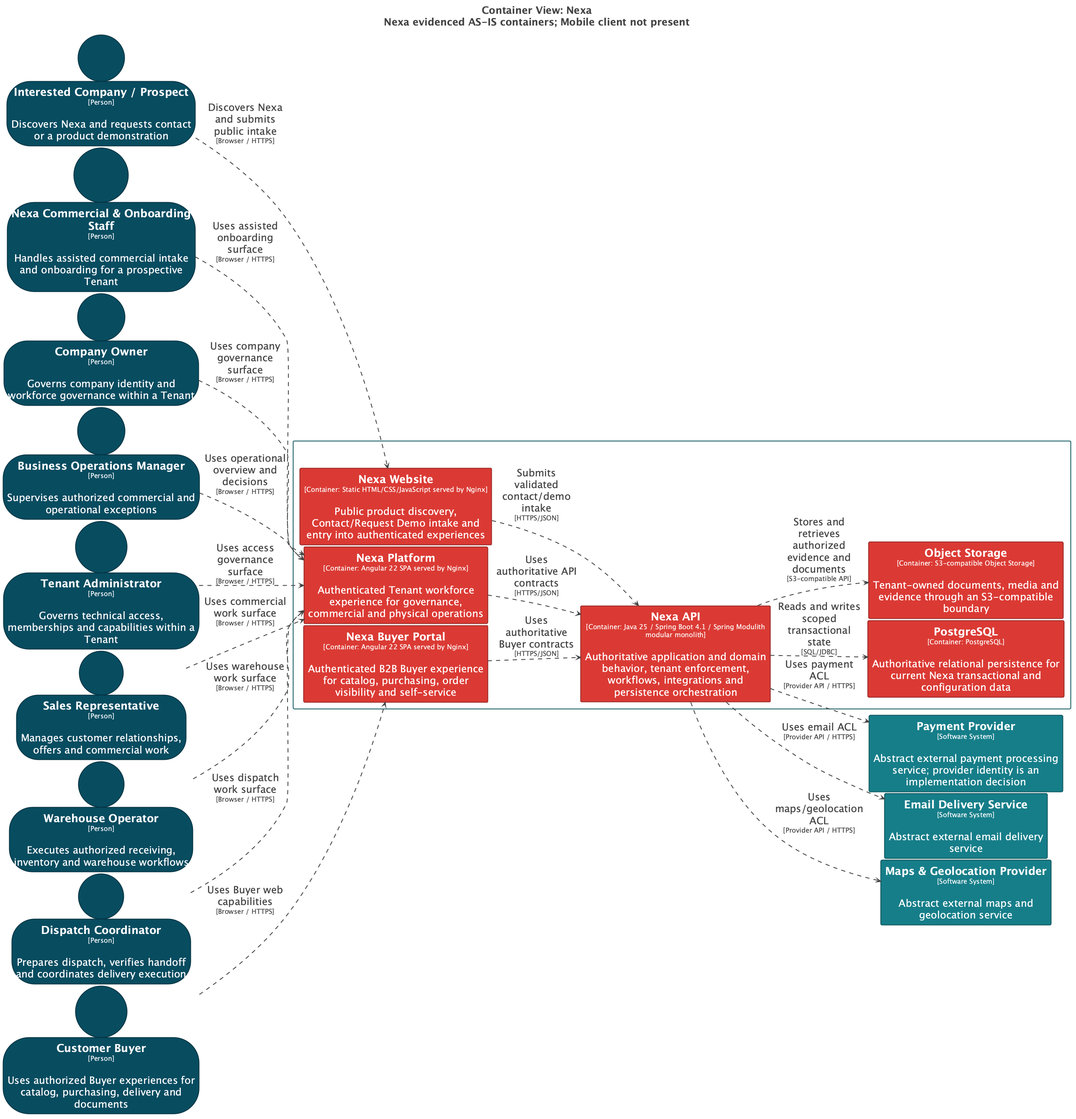
Earlier version of the PlantUML export 01-shared/architecture/c4/exports/l2/Nexa-Containers-ASIS.png (nexa-suite/blueprint).
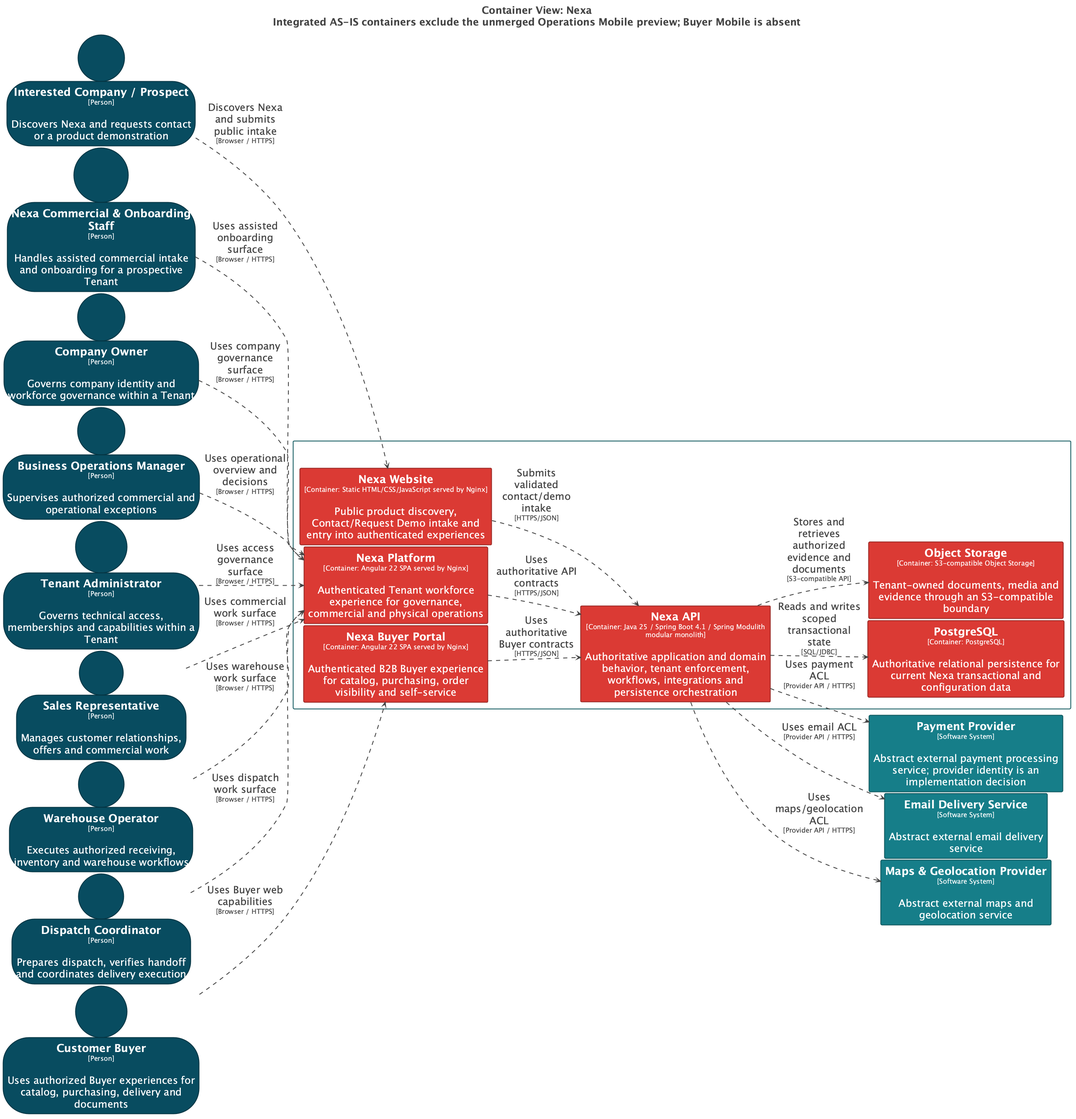
After the commit.

Change to the diagram source:
```diff
@@ -1,5 +1,5 @@
 @startuml
-title <size:24>Container View: Nexa</size>\n<size:24>Nexa evidenced AS-IS containers; Mobile client not present</size>
+title <size:24>Container View: Nexa</size>\n<size:24>Integrated AS-IS containers exclude the unmerged Operations Mobile preview; Buyer Mobile is absent</size>
 
 set separator none
 left to right direction
@@ -92,6 +92,8 @@
   rectangle "==Object Storage\n<size:16>[Container: S3-compatible Object Storage]</size>\n\nTenant-owned documents, media and evidence through an S3-compatible boundary" <<Element-RWxlbWVudCxDb250YWluZXI=>> as Nexa.ObjectStorage
 }
 
+Nexa.NexaAPI --> PaymentProvider <<Relationship-UmVsYXRpb25zaGlw>> : "Uses payment ACL\n<size:16>[Provider API / HTTPS]</size>"
+Nexa.NexaAPI --> EmailDeliveryService <<Relationship-UmVsYXRpb25zaGlw>> : "Uses email ACL\n<size:16>[Provider API / HTTPS]</size>"
 Nexa.NexaAPI --> MapsGeolocationProvider <<Relationship-UmVsYXRpb25zaGlw>> : "Uses maps/geolocation ACL\n<size:16>[Provider API / HTTPS]</size>"
 InterestedCompanyProspect --> Nexa.NexaWebsite <<Relationship-UmVsYXRpb25zaGlw>> : "Discovers Nexa and submits public intake\n<size:16>[Browser / HTTPS]</size>"
 NexaCommercialOnboardingStaff --> Nexa.NexaPlatform <<Relationship-UmVsYXRpb25zaGlw>> : "Uses assisted onboarding surface\n<size:16>[Browser / HTTPS]</size>"
@@ -107,7 +109,5 @@
 Nexa.NexaBuyerPortal --> Nexa.NexaAPI <<Relationship-UmVsYXRpb25zaGlw>> : "Uses authoritative Buyer contracts\n<size:16>[HTTPS/JSON]</size>"
 Nexa.NexaAPI --> Nexa.PostgreSQL <<Relationship-UmVsYXRpb25zaGlw>> : "Reads and writes scoped transactional state\n<size:16>[SQL/JDBC]</size>"
 Nexa.NexaAPI --> Nexa.ObjectStorage <<Relationship-UmVsYXRpb25zaGlw>> : "Stores and retrieves authorized evidence and documents\n<size:16>[S3-compatible API]</size>"
-Nexa.NexaAPI --> PaymentProvider <<Relationship-UmVsYXRpb25zaGlw>> : "Uses payment ACL\n<size:16>[Provider API / HTTPS]</size>"
-Nexa.NexaAPI --> EmailDeliveryService <<Relationship-UmVsYXRpb25zaGlw>> : "Uses email ACL\n<size:16>[Provider API / HTTPS]</size>"
 
 @enduml
```
